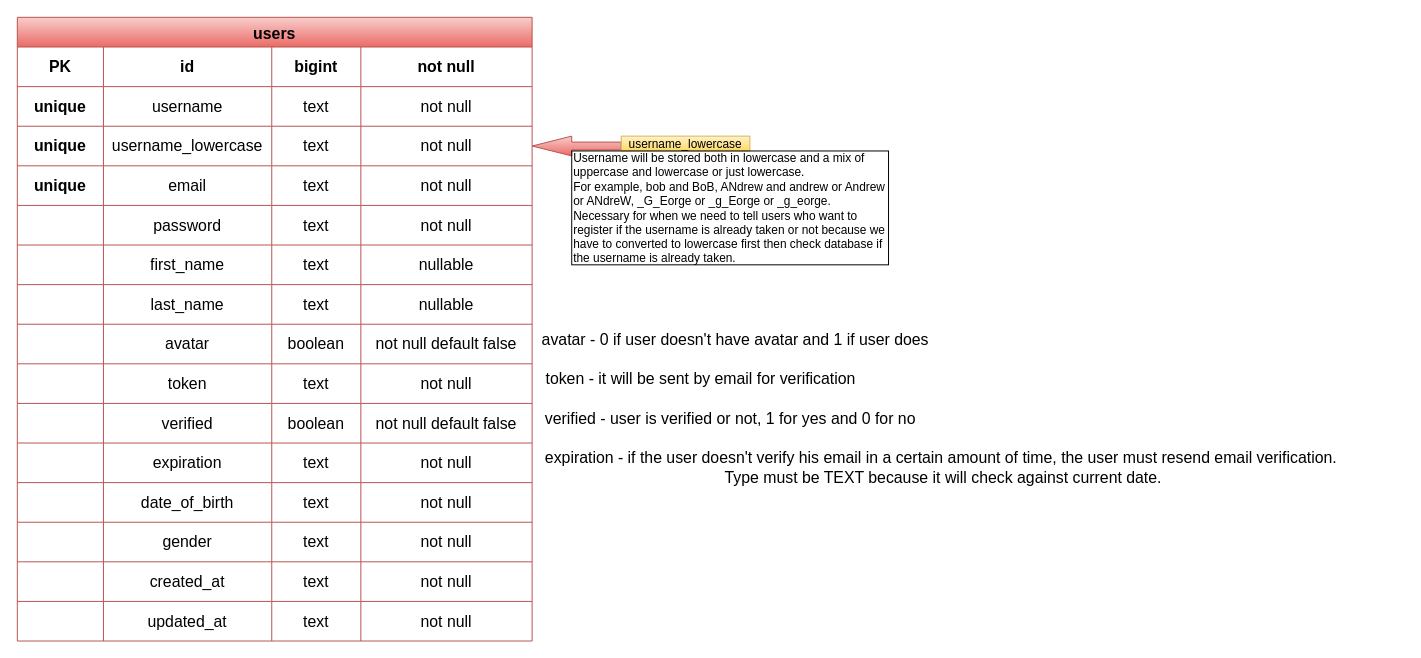
Above: blueprint/users/diagram.drawio in kingofdice66/ClientTesteOnlineAmazingTeens (draw.io), before the change. Source tidied: cells renumbered, new cells numbered last; positions are measured from the earlier drawing's top-left corner, leaving out a move shared by most shapes. Both pictures are drawn from the tidied source at 99%, with x=0, y=0 at pixel (17, 17).
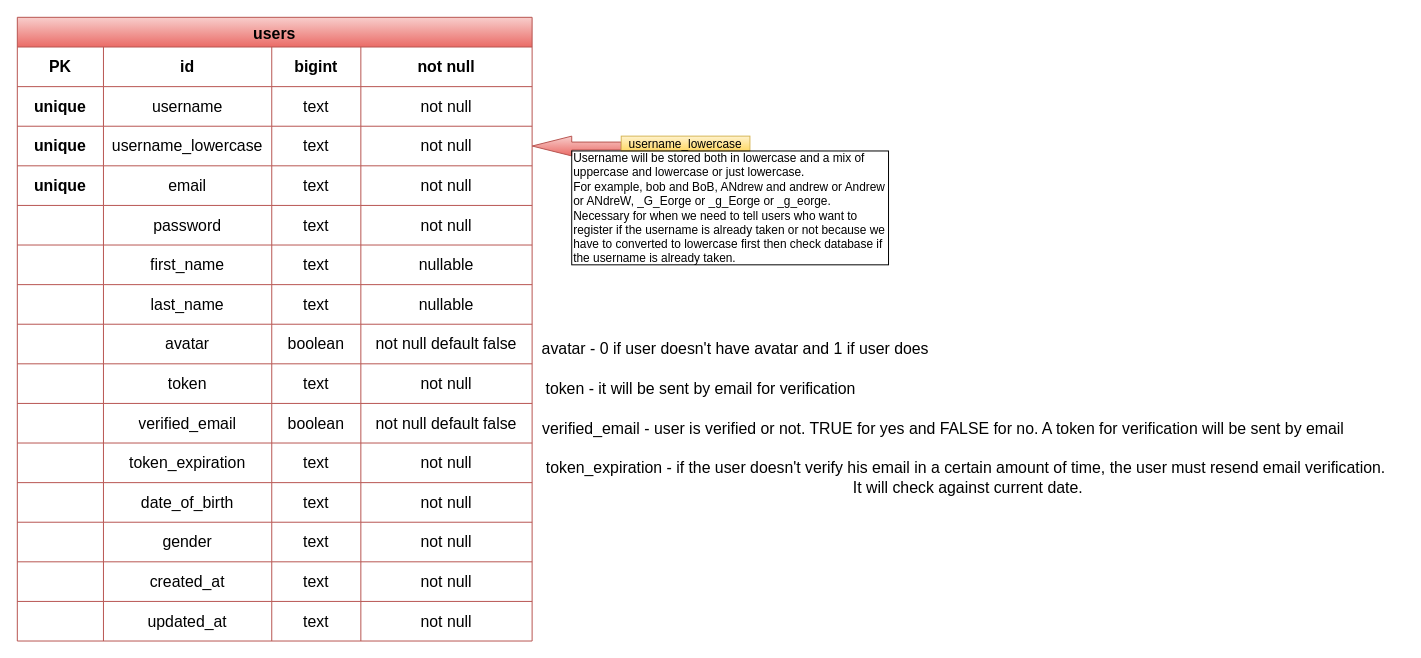
The same page after the edit.

Unchanged cells that the change refers to:
```xml
<mxCell id="48" style="shape=tableRow;horizontal=0;startSize=0;swimlaneHead=0;swimlaneBody=0;strokeColor=inherit;top=0;left=0;bottom=0;right=0;fillColor=none;fontSize=16;" parent="2" vertex="1">
  <mxGeometry y="390" width="520" height="40" as="geometry" />
</mxCell>
<mxCell id="53" style="shape=tableRow;horizontal=0;startSize=0;swimlaneHead=0;swimlaneBody=0;strokeColor=inherit;top=0;left=0;bottom=0;right=0;fillColor=none;fontSize=16;" parent="2" vertex="1">
  <mxGeometry y="430" width="520" height="40" as="geometry" />
</mxCell>
```

What changed in the source:
```diff
@@
-    <mxCell id="50" value="verified" style="shape=partialRectangle;html=1;whiteSpace=wrap;strokeColor=inherit;overflow=hidden;fillColor=none;top=0;left=0;bottom=0;right=0;fontSize=16;" parent="48" vertex="1">
+    <mxCell id="50" value="verified_email" style="shape=partialRectangle;html=1;whiteSpace=wrap;strokeColor=inherit;overflow=hidden;fillColor=none;top=0;left=0;bottom=0;right=0;fontSize=16;" parent="48" vertex="1">
       <mxGeometry x="87" width="170" height="40" as="geometry" />
     </mxCell>
@@
-    <mxCell id="55" value="expiration" style="shape=partialRectangle;html=1;whiteSpace=wrap;strokeColor=inherit;overflow=hidden;fillColor=none;top=0;left=0;bottom=0;right=0;fontSize=16;" parent="53" vertex="1">
+    <mxCell id="55" value="token_expiration" style="shape=partialRectangle;html=1;whiteSpace=wrap;strokeColor=inherit;overflow=hidden;fillColor=none;top=0;left=0;bottom=0;right=0;fontSize=16;" parent="53" vertex="1">
       <mxGeometry x="87" width="170" height="40" as="geometry" />
     </mxCell>
@@
     <mxCell id="81" value="&lt;font style=&quot;font-size: 16px;&quot;&gt;token - it will be sent by email for verification&lt;/font&gt;" style="text;html=1;align=center;verticalAlign=middle;strokeColor=none;fillColor=none;" parent="1" vertex="1">
-      <mxGeometry x="520" y="350" width="340" height="30" as="geometry" />
+      <mxGeometry x="520" y="360" width="340" height="30" as="geometry" />
     </mxCell>
     <mxCell id="82" value="&lt;font style=&quot;font-size: 16px;&quot;&gt;avatar - 0 if user doesn't have avatar and 1 if user does&lt;/font&gt;" style="text;html=1;align=center;verticalAlign=middle;strokeColor=none;fillColor=none;" parent="1" vertex="1">
-      <mxGeometry x="520" y="310" width="410" height="30" as="geometry" />
+      <mxGeometry x="520" y="320" width="410" height="30" as="geometry" />
     </mxCell>
-    <mxCell id="83" value="&lt;font style=&quot;font-size: 16px;&quot;&gt;verified - user is verified or not, 1 for yes and 0 for no&lt;/font&gt;" style="text;html=1;align=center;verticalAlign=middle;strokeColor=none;fillColor=none;" parent="1" vertex="1">
-      <mxGeometry x="520" y="390" width="400" height="30" as="geometry" />
-    </mxCell>
-    <mxCell id="84" value="&lt;font style=&quot;font-size: 16px;&quot;&gt;expiration - if the user doesn't verify his email in a certain amount of time, the user must resend email verification.&amp;nbsp;&lt;br&gt;&lt;div style=&quot;&quot;&gt;&lt;span style=&quot;background-color: initial;&quot;&gt;Type must be TEXT because it will check against current date.&lt;/span&gt;&lt;/div&gt;&lt;/font&gt;" style="text;html=1;align=center;verticalAlign=middle;strokeColor=none;fillColor=none;" parent="1" vertex="1">
-      <mxGeometry x="520" y="430" width="830" height="50" as="geometry" />
+    <mxCell id="84" value="&lt;font style=&quot;font-size: 16px;&quot;&gt;token_expiration - if the user doesn't verify his email in a certain amount of time, the user must resend email verification.&amp;nbsp;&lt;br&gt;&lt;div style=&quot;&quot;&gt;&lt;span style=&quot;background-color: initial;&quot;&gt;It will check against current date.&lt;/span&gt;&lt;/div&gt;&lt;/font&gt;" style="text;html=1;align=center;verticalAlign=middle;strokeColor=none;fillColor=none;" parent="1" vertex="1">
+      <mxGeometry x="520" y="440" width="880" height="50" as="geometry" />
     </mxCell>
+    <mxCell id="85" value="&lt;font style=&quot;font-size: 16px;&quot;&gt;verified_email - user is verified or not. TRUE for yes and FALSE for no. A token for verification will be sent by email&lt;/font&gt;" style="text;html=1;align=center;verticalAlign=middle;strokeColor=none;fillColor=none;" parent="1" vertex="1">
+      <mxGeometry x="520" y="400" width="830" height="30" as="geometry" />
+    </mxCell>
```
